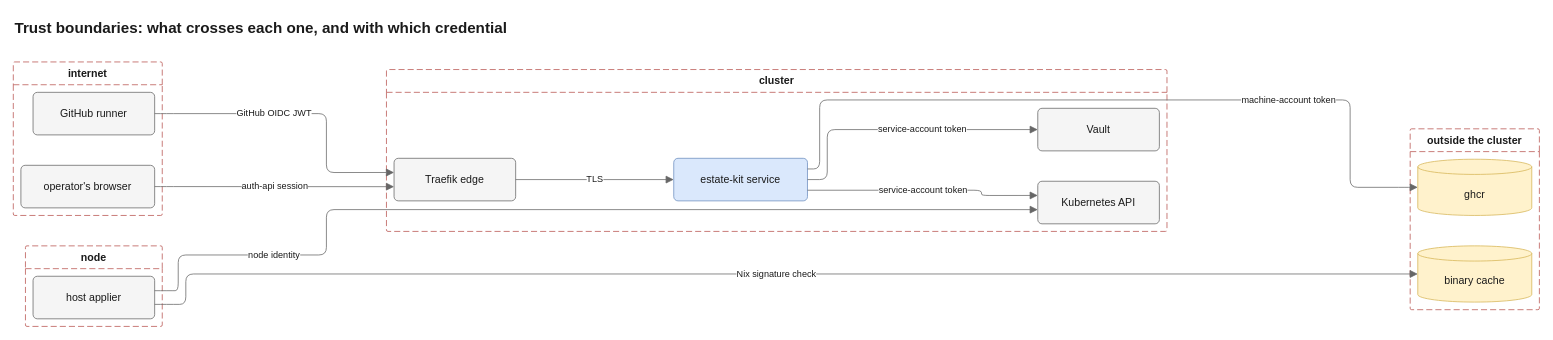
The draw.io diagram docs/diagrams/src/trust-boundaries.drawio in JorisJonkers-dev/estate-kit, before the edit. Source tidied: cells renumbered, new cells numbered last; positions are measured from the earlier drawing's top-left corner, leaving out a move shared by most shapes. Both pictures are drawn from the tidied source at 76%, with x=0, y=0 at pixel (13, 13).
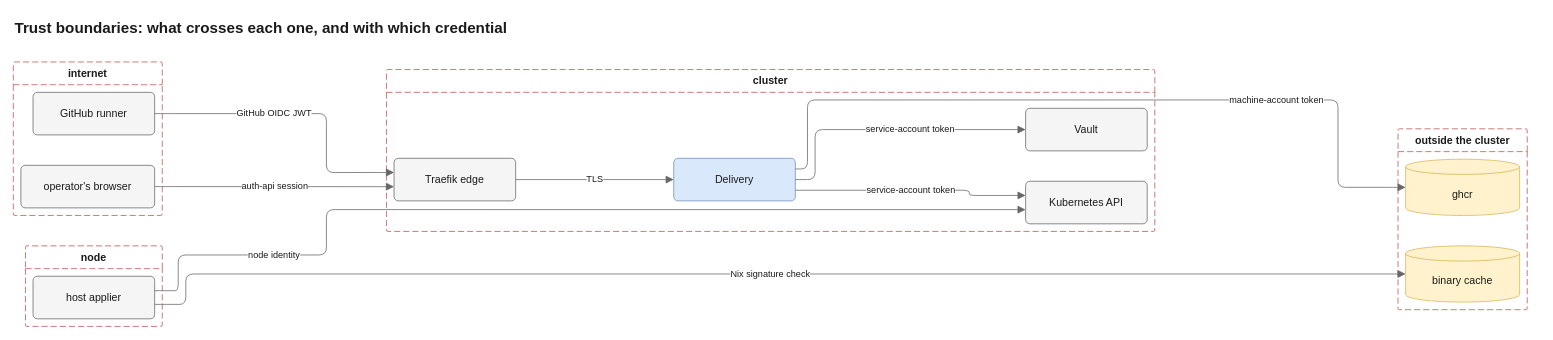
Above is the later version.

The change refers to these unchanged cells:
```xml
<mxCell id="14" value="host applier" style="rounded=1;arcSize=10;html=1;whiteSpace=wrap;fontSize=14;fontColor=light-dark(#1a1a1a,#e8e8e8);fillColor=light-dark(#f5f5f5,#2b2b2b);strokeColor=light-dark(#666666,#a8a8a8);fontFamily=Helvetica;" parent="13" vertex="1">
  <mxGeometry x="10" y="40" width="160" height="56" as="geometry" />
</mxCell>
<mxCell id="16" value="ghcr" style="shape=cylinder3;size=10;boundedLbl=1;backgroundOutline=1;html=1;whiteSpace=wrap;fontSize=14;fontColor=light-dark(#1a1a1a,#e8e8e8);fillColor=light-dark(#fff2cc,#3a3220);strokeColor=light-dark(#d6b656,#c9a74a);fontFamily=Helvetica;" parent="15" vertex="1">
  <mxGeometry x="10" y="40" width="150" height="74" as="geometry" />
</mxCell>
<mxCell id="17" value="binary cache" style="shape=cylinder3;size=10;boundedLbl=1;backgroundOutline=1;html=1;whiteSpace=wrap;fontSize=14;fontColor=light-dark(#1a1a1a,#e8e8e8);fillColor=light-dark(#fff2cc,#3a3220);strokeColor=light-dark(#d6b656,#c9a74a);fontFamily=Helvetica;" parent="15" vertex="1">
  <mxGeometry x="10" y="154" width="150" height="74" as="geometry" />
</mxCell>
```

Diff of the diagram source:
```diff
@@
     <mxCell id="5" value="cluster" style="swimlane;startSize=30;rounded=1;arcSize=4;absoluteArcSize=1;dashed=1;dashPattern=8 4;html=1;whiteSpace=wrap;fontSize=14;fontColor=light-dark(#1a1a1a,#e8e8e8);fontStyle=1;fillColor=none;swimlaneFillColor=none;strokeColor=light-dark(#b85450,#d47a7a);fontFamily=Helvetica;" parent="1" vertex="1">
-      <mxGeometry x="491" y="74" width="1027" height="213" as="geometry" />
+      <mxGeometry x="491" y="74" width="1011" height="213" as="geometry" />
     </mxCell>
@@
-    <mxCell id="7" value="estate-kit service" style="rounded=1;arcSize=10;html=1;whiteSpace=wrap;fontSize=14;fontColor=light-dark(#1a1a1a,#e8e8e8);fillColor=light-dark(#dae8fc,#1f3a5f);strokeColor=light-dark(#6c8ebf,#7aa7e0);fontFamily=Helvetica;" parent="5" vertex="1">
-      <mxGeometry x="378" y="116.8" width="176" height="56" as="geometry" />
+    <mxCell id="7" value="Delivery" style="rounded=1;arcSize=10;html=1;whiteSpace=wrap;fontSize=14;fontColor=light-dark(#1a1a1a,#e8e8e8);fillColor=light-dark(#dae8fc,#1f3a5f);strokeColor=light-dark(#6c8ebf,#7aa7e0);fontFamily=Helvetica;" parent="5" vertex="1">
+      <mxGeometry x="378" y="116.8" width="160" height="56" as="geometry" />
     </mxCell>
     <mxCell id="8" value="Vault" style="rounded=1;arcSize=10;html=1;whiteSpace=wrap;fontSize=14;fontColor=light-dark(#1a1a1a,#e8e8e8);fillColor=light-dark(#f5f5f5,#2b2b2b);strokeColor=light-dark(#666666,#a8a8a8);fontFamily=Helvetica;" parent="5" vertex="1">
-      <mxGeometry x="857" y="51" width="160" height="56" as="geometry" />
+      <mxGeometry x="841" y="51" width="160" height="56" as="geometry" />
     </mxCell>
     <mxCell id="9" value="Kubernetes API" style="rounded=1;arcSize=10;html=1;whiteSpace=wrap;fontSize=14;fontColor=light-dark(#1a1a1a,#e8e8e8);fillColor=light-dark(#f5f5f5,#2b2b2b);strokeColor=light-dark(#666666,#a8a8a8);fontFamily=Helvetica;" parent="5" vertex="1">
-      <mxGeometry x="857" y="147" width="160" height="56" as="geometry" />
+      <mxGeometry x="841" y="147" width="160" height="56" as="geometry" />
     </mxCell>
@@
     <mxCell id="11" value="service-account token" style="html=1;rounded=1;fontSize=14;fontSize=12;fontColor=light-dark(#1a1a1a,#e8e8e8);strokeColor=light-dark(#666666,#a8a8a8);endArrow=block;endFill=1;endSize=8;curved=0;exitX=1;exitY=0.5;entryX=0;entryY=0.5;edgeStyle=orthogonalEdgeStyle;fontFamily=Helvetica;labelBackgroundColor=light-dark(#ffffff,#1e1e1e);" parent="5" edge="1" source="7" target="8">
       <mxGeometry relative="1" as="geometry">
         <Array as="points">
-          <mxPoint x="580" y="144.8" />
-          <mxPoint x="580" y="79" />
+          <mxPoint x="564" y="144.8" />
+          <mxPoint x="564" y="79" />
         </Array>
         <mxPoint x="32.9" as="offset" />
       </mxGeometry>
     </mxCell>
     <mxCell id="12" value="service-account token" style="html=1;rounded=1;fontSize=14;fontSize=12;fontColor=light-dark(#1a1a1a,#e8e8e8);strokeColor=light-dark(#666666,#a8a8a8);endArrow=block;endFill=1;endSize=8;curved=0;exitX=1;exitY=0.75;entryX=0;entryY=0.3334;edgeStyle=orthogonalEdgeStyle;fontFamily=Helvetica;labelBackgroundColor=light-dark(#ffffff,#1e1e1e);" parent="5" edge="1" source="7" target="9">
       <mxGeometry relative="1" as="geometry">
         <Array as="points">
-          <mxPoint x="783" y="158.8" />
-          <mxPoint x="783" y="165.7" />
+          <mxPoint x="767" y="158.8" />
+          <mxPoint x="767" y="165.7" />
         </Array>
         <mxPoint x="-3.4" as="offset" />
       </mxGeometry>
     </mxCell>
@@
     <mxCell id="15" value="outside the cluster" style="swimlane;startSize=30;rounded=1;arcSize=4;absoluteArcSize=1;dashed=1;dashPattern=8 4;html=1;whiteSpace=wrap;fontSize=14;fontColor=light-dark(#1a1a1a,#e8e8e8);fontStyle=1;fillColor=none;swimlaneFillColor=none;strokeColor=light-dark(#b85450,#d47a7a);fontFamily=Helvetica;" parent="1" vertex="1">
-      <mxGeometry x="1838" y="152" width="170" height="238" as="geometry" />
+      <mxGeometry x="1822" y="152" width="170" height="238" as="geometry" />
     </mxCell>
@@
     <mxCell id="20" value="machine-account token" style="html=1;rounded=1;fontSize=14;fontSize=12;fontColor=light-dark(#1a1a1a,#e8e8e8);strokeColor=light-dark(#666666,#a8a8a8);endArrow=block;endFill=1;endSize=8;curved=0;exitX=1;exitY=0.25;entryX=0;entryY=0.5;edgeStyle=orthogonalEdgeStyle;fontFamily=Helvetica;labelBackgroundColor=light-dark(#ffffff,#1e1e1e);" parent="1" edge="1" source="7" target="16">
       <mxGeometry relative="1" as="geometry">
         <Array as="points">
-          <mxPoint x="1061" y="204.8" />
-          <mxPoint x="1061" y="114" />
-          <mxPoint x="1759" y="114" />
-          <mxPoint x="1759" y="229" />
-          <mxPoint x="1833" y="229" />
+          <mxPoint x="1045" y="204.8" />
+          <mxPoint x="1045" y="114" />
+          <mxPoint x="1743" y="114" />
+          <mxPoint x="1743" y="229" />
+          <mxPoint x="1817" y="229" />
         </Array>
         <mxPoint x="219.4" as="offset" />
       </mxGeometry>
     </mxCell>
     <mxCell id="21" value="node identity" style="html=1;rounded=1;fontSize=14;fontSize=12;fontColor=light-dark(#1a1a1a,#e8e8e8);strokeColor=light-dark(#666666,#a8a8a8);endArrow=block;endFill=1;endSize=8;curved=0;exitX=1;exitY=0.3393;entryX=0;entryY=0.6666;edgeStyle=orthogonalEdgeStyle;fontFamily=Helvetica;labelBackgroundColor=light-dark(#ffffff,#1e1e1e);" parent="1" edge="1" source="14" target="9">
       <mxGeometry relative="1" as="geometry">
         <Array as="points">
           <mxPoint x="201" y="365" />
           <mxPoint x="217" y="365" />
           <mxPoint x="217" y="318" />
           <mxPoint x="412" y="318" />
           <mxPoint x="412" y="258" />
           <mxPoint x="486" y="258.3" />
         </Array>
-        <mxPoint x="-370" y="59.7" as="offset" />
+        <mxPoint x="-362" y="59.7" as="offset" />
       </mxGeometry>
     </mxCell>
     <mxCell id="22" value="Nix signature check" style="html=1;rounded=1;fontSize=14;fontSize=12;fontColor=light-dark(#1a1a1a,#e8e8e8);strokeColor=light-dark(#666666,#a8a8a8);endArrow=block;endFill=1;endSize=8;curved=0;exitX=1;exitY=0.6607;entryX=0;entryY=0.5;edgeStyle=orthogonalEdgeStyle;fontFamily=Helvetica;labelBackgroundColor=light-dark(#ffffff,#1e1e1e);" parent="1" edge="1" source="14" target="17">
       <mxGeometry relative="1" as="geometry">
         <Array as="points">
           <mxPoint x="201" y="383" />
           <mxPoint x="227" y="383" />
           <mxPoint x="227" y="343" />
-          <mxPoint x="1833" y="343" />
+          <mxPoint x="1817" y="343" />
         </Array>
         <mxPoint x="7.5" as="offset" />
       </mxGeometry>
     </mxCell>
     <mxCell id="23" value="Trust boundaries: what crosses each one, and with which credential" style="text;html=1;whiteSpace=wrap;align=left;verticalAlign=middle;fontSize=20;fontStyle=1;fontColor=light-dark(#1a1a1a,#e8e8e8);fontFamily=Helvetica;" parent="1" vertex="1">
-      <mxGeometry width="2008" height="36" as="geometry" />
+      <mxGeometry width="1992" height="36" as="geometry" />
     </mxCell>
```
